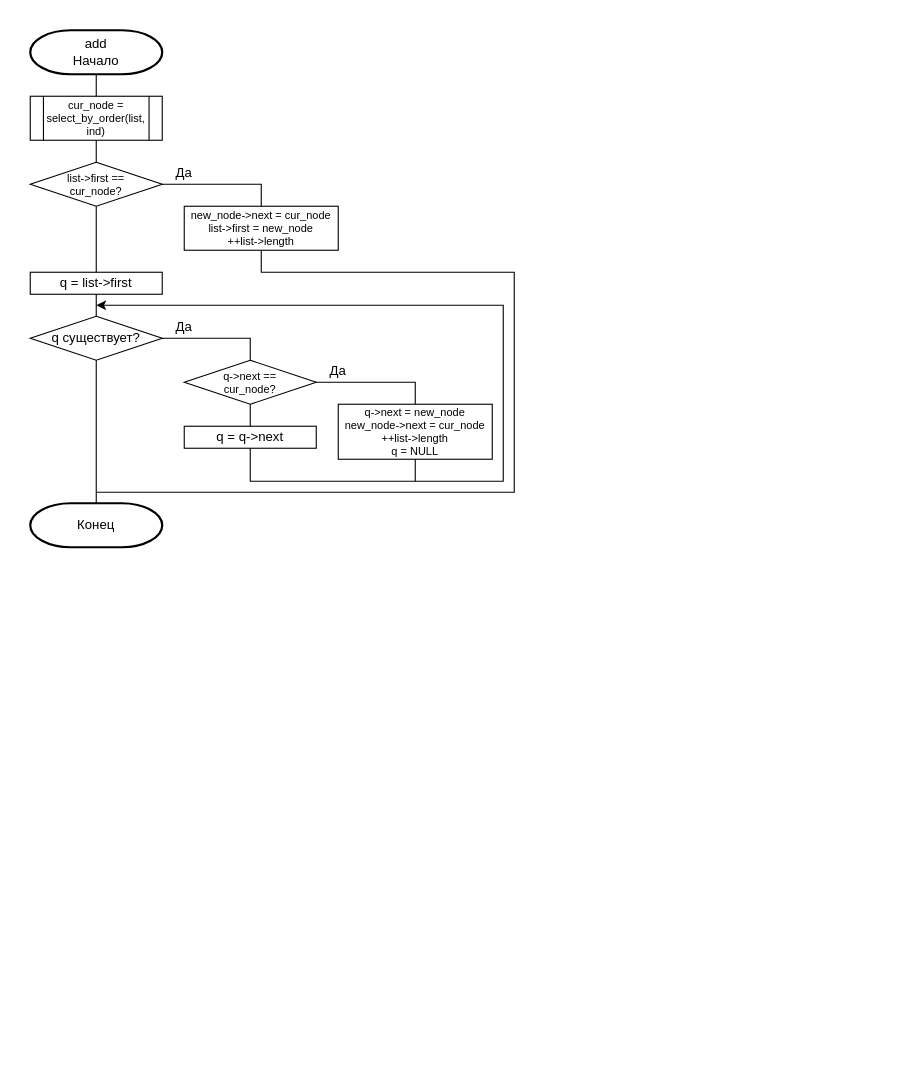
This is Схема алгоритма.drawio from DexTver/LAB_08_01, a draw.io file, before an edit. Source tidied: cells renumbered, new cells numbered last; positions are measured from the earlier drawing's top-left corner, leaving out a move shared by most shapes. Both pictures are drawn from the tidied source at 110%, with x=0, y=0 at pixel (30, 30).
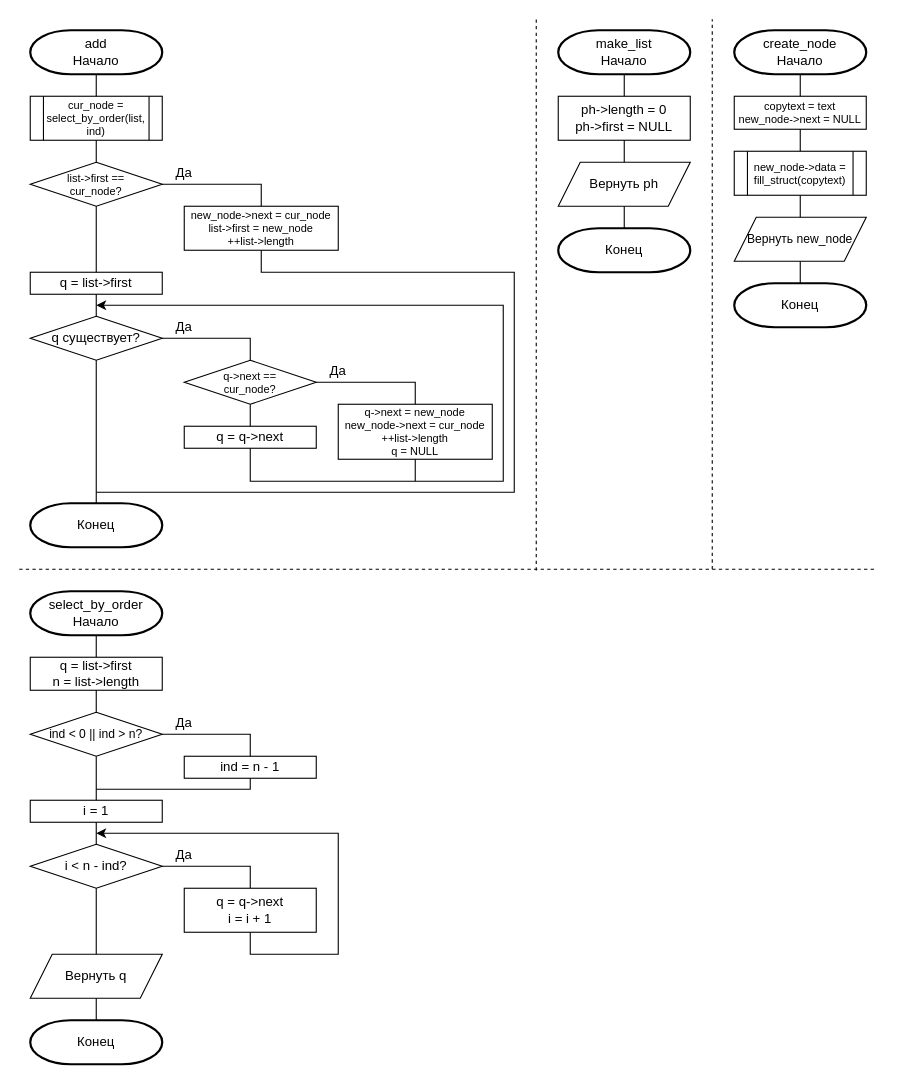
The same diagram, later.

The edit, as a diff of the source:
```diff
@@
+    <mxCell id="27" value="&lt;div&gt;make_list&lt;br&gt;&lt;/div&gt;Начало" style="strokeWidth=2;html=1;shape=mxgraph.flowchart.terminator;whiteSpace=wrap;" parent="1" vertex="1">
+      <mxGeometry x="480" width="120" height="40" as="geometry" />
+    </mxCell>
+    <mxCell id="28" value="ph-&amp;gt;length = 0&lt;div&gt;ph-&amp;gt;first = NULL&lt;br&gt;&lt;/div&gt;" style="rounded=0;whiteSpace=wrap;html=1;" parent="1" vertex="1">
+      <mxGeometry x="480" y="60" width="120" height="40" as="geometry" />
+    </mxCell>
+    <mxCell id="29" value="Вернуть ph" style="shape=parallelogram;perimeter=parallelogramPerimeter;whiteSpace=wrap;html=1;fixedSize=1;" parent="1" vertex="1">
+      <mxGeometry x="480" y="120" width="120" height="40" as="geometry" />
+    </mxCell>
+    <mxCell id="30" value="Конец" style="strokeWidth=2;html=1;shape=mxgraph.flowchart.terminator;whiteSpace=wrap;" parent="1" vertex="1">
+      <mxGeometry x="480" y="180" width="120" height="40" as="geometry" />
+    </mxCell>
+    <mxCell id="31" style="endArrow=none;html=1;rounded=0;entryX=0.5;entryY=1;entryDx=0;entryDy=0;entryPerimeter=0;exitX=0.5;exitY=0;exitDx=0;exitDy=0;" parent="1" edge="1" source="28" target="27">
+      <mxGeometry relative="1" as="geometry" />
+    </mxCell>
+    <mxCell id="32" style="endArrow=none;html=1;rounded=0;entryX=0.5;entryY=1;entryDx=0;entryDy=0;exitX=0.5;exitY=0;exitDx=0;exitDy=0;" parent="1" edge="1" source="29" target="28">
+      <mxGeometry relative="1" as="geometry" />
+    </mxCell>
+    <mxCell id="33" style="endArrow=none;html=1;rounded=0;entryX=0.5;entryY=1;entryDx=0;entryDy=0;exitX=0.5;exitY=0;exitDx=0;exitDy=0;exitPerimeter=0;" parent="1" edge="1" source="30" target="29">
+      <mxGeometry relative="1" as="geometry" />
+    </mxCell>
+    <mxCell id="34" value="&lt;div&gt;create_node&lt;br&gt;&lt;/div&gt;Начало" style="strokeWidth=2;html=1;shape=mxgraph.flowchart.terminator;whiteSpace=wrap;" parent="1" vertex="1">
+      <mxGeometry x="640" width="120" height="40" as="geometry" />
+    </mxCell>
+    <mxCell id="35" value="&lt;font style=&quot;font-size: 10px;&quot;&gt;copytext = text&lt;/font&gt;&lt;div style=&quot;font-size: 10px;&quot;&gt;&lt;font style=&quot;font-size: 10px;&quot;&gt;new_node-&amp;gt;next = NULL&lt;/font&gt;&lt;br style=&quot;font-size: 10px;&quot;&gt;&lt;/div&gt;" style="rounded=0;whiteSpace=wrap;html=1;fontSize=10;" parent="1" vertex="1">
+      <mxGeometry x="640" y="60" width="120" height="30" as="geometry" />
+    </mxCell>
+    <mxCell id="36" value="new_node-&amp;gt;data = fill_struct(copytext)" style="shape=process;whiteSpace=wrap;html=1;backgroundOutline=1;fontSize=10;" parent="1" vertex="1">
+      <mxGeometry x="640" y="110" width="120" height="40" as="geometry" />
+    </mxCell>
+    <mxCell id="37" value="Вернуть&amp;nbsp;new_node" style="shape=parallelogram;perimeter=parallelogramPerimeter;whiteSpace=wrap;html=1;fixedSize=1;spacingLeft=50;spacingRight=50;fontSize=11;" parent="1" vertex="1">
+      <mxGeometry x="640" y="170" width="120" height="40" as="geometry" />
+    </mxCell>
+    <mxCell id="38" value="Конец" style="strokeWidth=2;html=1;shape=mxgraph.flowchart.terminator;whiteSpace=wrap;" parent="1" vertex="1">
+      <mxGeometry x="640" y="230" width="120" height="40" as="geometry" />
+    </mxCell>
+    <mxCell id="39" style="endArrow=none;html=1;rounded=0;entryX=0.5;entryY=1;entryDx=0;entryDy=0;entryPerimeter=0;exitX=0.5;exitY=0;exitDx=0;exitDy=0;" parent="1" edge="1" source="35" target="34">
+      <mxGeometry relative="1" as="geometry" />
+    </mxCell>
+    <mxCell id="40" style="endArrow=none;html=1;rounded=0;entryX=0.5;entryY=1;entryDx=0;entryDy=0;exitX=0.5;exitY=0;exitDx=0;exitDy=0;" parent="1" edge="1" source="36" target="35">
+      <mxGeometry relative="1" as="geometry" />
+    </mxCell>
+    <mxCell id="41" style="endArrow=none;html=1;rounded=0;entryX=0.5;entryY=1;entryDx=0;entryDy=0;exitX=0.5;exitY=0;exitDx=0;exitDy=0;" parent="1" edge="1" source="37" target="36">
+      <mxGeometry relative="1" as="geometry" />
+    </mxCell>
+    <mxCell id="42" style="endArrow=none;html=1;rounded=0;entryX=0.5;entryY=1;entryDx=0;entryDy=0;exitX=0.5;exitY=0;exitDx=0;exitDy=0;exitPerimeter=0;" parent="1" edge="1" source="38" target="37">
+      <mxGeometry relative="1" as="geometry" />
+    </mxCell>
+    <mxCell id="43" value="&lt;div&gt;select_by_order&lt;br&gt;&lt;/div&gt;Начало" style="strokeWidth=2;html=1;shape=mxgraph.flowchart.terminator;whiteSpace=wrap;" parent="1" vertex="1">
+      <mxGeometry y="510" width="120" height="40" as="geometry" />
+    </mxCell>
+    <mxCell id="44" value="q = list-&amp;gt;first&lt;div&gt;n = list-&amp;gt;length&lt;br&gt;&lt;/div&gt;" style="rounded=0;whiteSpace=wrap;html=1;" parent="1" vertex="1">
+      <mxGeometry y="570" width="120" height="30" as="geometry" />
+    </mxCell>
+    <mxCell id="45" value="ind &amp;lt; 0 || ind &amp;gt; n?" style="strokeWidth=1;html=1;shape=mxgraph.flowchart.decision;whiteSpace=wrap;fontSize=11;" parent="1" vertex="1">
+      <mxGeometry y="620" width="120" height="40" as="geometry" />
+    </mxCell>
+    <mxCell id="46" value="ind = n - 1" style="rounded=0;whiteSpace=wrap;html=1;" parent="1" vertex="1">
+      <mxGeometry x="140" y="660" width="120" height="20" as="geometry" />
+    </mxCell>
+    <mxCell id="47" value="i = 1" style="rounded=0;whiteSpace=wrap;html=1;" parent="1" vertex="1">
+      <mxGeometry y="700" width="120" height="20" as="geometry" />
+    </mxCell>
+    <mxCell id="48" value="i &amp;lt; n - ind?" style="strokeWidth=1;html=1;shape=mxgraph.flowchart.decision;whiteSpace=wrap;" parent="1" vertex="1">
+      <mxGeometry y="740" width="120" height="40" as="geometry" />
+    </mxCell>
+    <mxCell id="49" value="q = q-&amp;gt;next&lt;div&gt;i = i + 1&lt;/div&gt;" style="rounded=0;whiteSpace=wrap;html=1;" parent="1" vertex="1">
+      <mxGeometry x="140" y="780" width="120" height="40" as="geometry" />
+    </mxCell>
+    <mxCell id="50" value="Вернуть q" style="shape=parallelogram;perimeter=parallelogramPerimeter;whiteSpace=wrap;html=1;fixedSize=1;" parent="1" vertex="1">
+      <mxGeometry y="840" width="120" height="40" as="geometry" />
+    </mxCell>
+    <mxCell id="51" value="Конец" style="strokeWidth=2;html=1;shape=mxgraph.flowchart.terminator;whiteSpace=wrap;" parent="1" vertex="1">
+      <mxGeometry y="900" width="120" height="40" as="geometry" />
+    </mxCell>
+    <mxCell id="52" style="endArrow=none;html=1;rounded=0;entryX=0.5;entryY=1;entryDx=0;entryDy=0;entryPerimeter=0;exitX=0.5;exitY=0;exitDx=0;exitDy=0;" parent="1" edge="1" source="44" target="43">
+      <mxGeometry relative="1" as="geometry" />
+    </mxCell>
+    <mxCell id="53" style="endArrow=none;html=1;rounded=0;entryX=0.5;entryY=1;entryDx=0;entryDy=0;exitX=0.5;exitY=0;exitDx=0;exitDy=0;exitPerimeter=0;" parent="1" edge="1" source="45" target="44">
+      <mxGeometry relative="1" as="geometry" />
+    </mxCell>
+    <mxCell id="54" style="endArrow=none;html=1;rounded=0;entryX=1;entryY=0.5;entryDx=0;entryDy=0;entryPerimeter=0;exitX=0.5;exitY=0;exitDx=0;exitDy=0;" parent="1" edge="1" source="46" target="45">
+      <mxGeometry relative="1" as="geometry">
+        <Array as="points">
+          <mxPoint x="200" y="640" />
+        </Array>
+      </mxGeometry>
+    </mxCell>
+    <mxCell id="55" style="endArrow=none;html=1;rounded=0;entryX=0.5;entryY=1;entryDx=0;entryDy=0;entryPerimeter=0;exitX=0.5;exitY=0;exitDx=0;exitDy=0;" parent="1" edge="1" source="47" target="45">
+      <mxGeometry relative="1" as="geometry" />
+    </mxCell>
+    <mxCell id="56" style="endArrow=none;html=1;rounded=0;entryX=0.5;entryY=1;entryDx=0;entryDy=0;" parent="1" edge="1" target="46">
+      <mxGeometry relative="1" as="geometry">
+        <mxPoint x="60" y="690" as="sourcePoint" />
+        <Array as="points">
+          <mxPoint x="200" y="690" />
+        </Array>
+      </mxGeometry>
+    </mxCell>
+    <mxCell id="57" style="endArrow=none;html=1;rounded=0;entryX=0.5;entryY=1;entryDx=0;entryDy=0;exitX=0.5;exitY=0;exitDx=0;exitDy=0;exitPerimeter=0;" parent="1" edge="1" source="48" target="47">
+      <mxGeometry relative="1" as="geometry" />
+    </mxCell>
+    <mxCell id="58" style="endArrow=none;html=1;rounded=0;exitX=0.5;exitY=0;exitDx=0;exitDy=0;entryX=1;entryY=0.5;entryDx=0;entryDy=0;entryPerimeter=0;" parent="1" edge="1" source="49" target="48">
+      <mxGeometry relative="1" as="geometry">
+        <Array as="points">
+          <mxPoint x="200" y="760" />
+        </Array>
+      </mxGeometry>
+    </mxCell>
+    <mxCell id="59" style="endArrow=none;html=1;rounded=0;entryX=0.5;entryY=1;entryDx=0;entryDy=0;entryPerimeter=0;exitX=0.5;exitY=0;exitDx=0;exitDy=0;" parent="1" edge="1" source="50" target="48">
+      <mxGeometry relative="1" as="geometry" />
+    </mxCell>
+    <mxCell id="60" style="endArrow=none;html=1;rounded=0;entryX=0.5;entryY=1;entryDx=0;entryDy=0;exitX=0.5;exitY=0;exitDx=0;exitDy=0;exitPerimeter=0;" parent="1" edge="1" source="51" target="50">
+      <mxGeometry relative="1" as="geometry" />
+    </mxCell>
+    <mxCell id="61" style="endArrow=none;html=1;rounded=0;entryX=0.5;entryY=1;entryDx=0;entryDy=0;startArrow=classic;startFill=1;" parent="1" edge="1" target="49">
+      <mxGeometry relative="1" as="geometry">
+        <mxPoint x="60" y="730" as="sourcePoint" />
+        <Array as="points">
+          <mxPoint x="280" y="730" />
+          <mxPoint x="280" y="840" />
+          <mxPoint x="200" y="840" />
+        </Array>
+      </mxGeometry>
+    </mxCell>
+    <mxCell id="62" value="Да" style="text;html=1;strokeColor=none;fillColor=none;align=center;verticalAlign=middle;whiteSpace=wrap;rounded=0;" parent="1" vertex="1">
+      <mxGeometry x="110" y="735" width="60" height="30" as="geometry" />
+    </mxCell>
+    <mxCell id="63" value="Да" style="text;html=1;strokeColor=none;fillColor=none;align=center;verticalAlign=middle;whiteSpace=wrap;rounded=0;" parent="1" vertex="1">
+      <mxGeometry x="110" y="615" width="60" height="30" as="geometry" />
+    </mxCell>
+    <mxCell id="64" style="endArrow=none;dashed=1;html=1;rounded=0;" parent="1" edge="1">
+      <mxGeometry relative="1" as="geometry">
+        <mxPoint x="-10" y="490" as="sourcePoint" />
+        <mxPoint x="770" y="490" as="targetPoint" />
+      </mxGeometry>
+    </mxCell>
+    <mxCell id="65" style="endArrow=none;dashed=1;html=1;rounded=0;" parent="1" edge="1">
+      <mxGeometry relative="1" as="geometry">
+        <mxPoint x="460" y="491.2" as="sourcePoint" />
+        <mxPoint x="460" y="-10" as="targetPoint" />
+      </mxGeometry>
+    </mxCell>
+    <mxCell id="66" style="endArrow=none;dashed=1;html=1;rounded=0;" parent="1" edge="1">
+      <mxGeometry relative="1" as="geometry">
+        <mxPoint x="620" y="490" as="sourcePoint" />
+        <mxPoint x="620" y="-10" as="targetPoint" />
+      </mxGeometry>
+    </mxCell>
```
